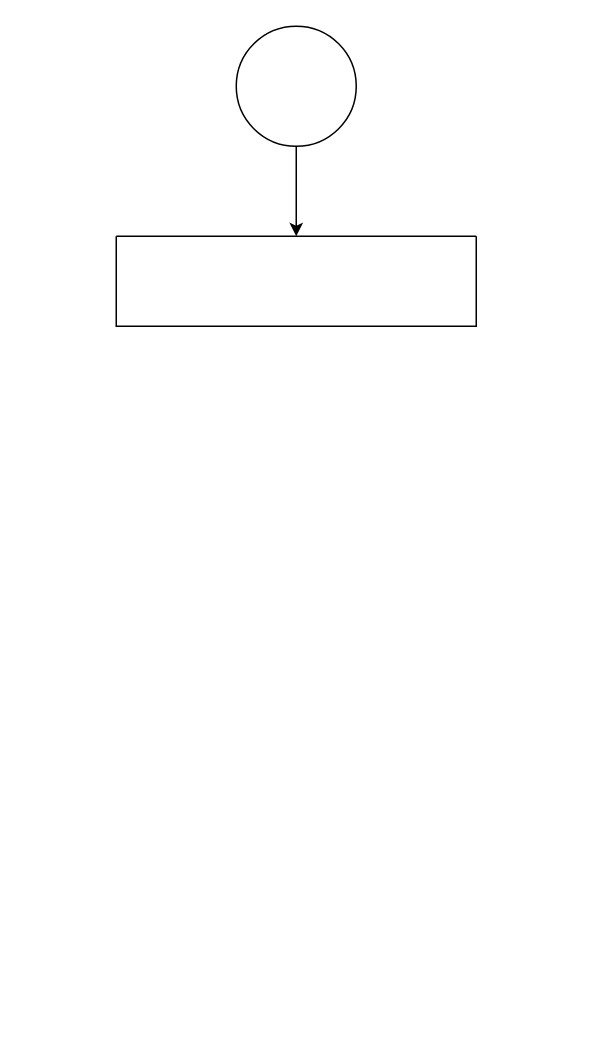
ManReank/FLowchat keeps this draw.io diagram as Diagram Tanpa Judul.drawio. Above is the earlier version. Source tidied: cells renumbered, new cells numbered last; positions are measured from the earlier drawing's top-left corner, leaving out a move shared by most shapes. Both pictures are drawn from the tidied source at 150%, with x=0, y=0 at pixel (116, 26).
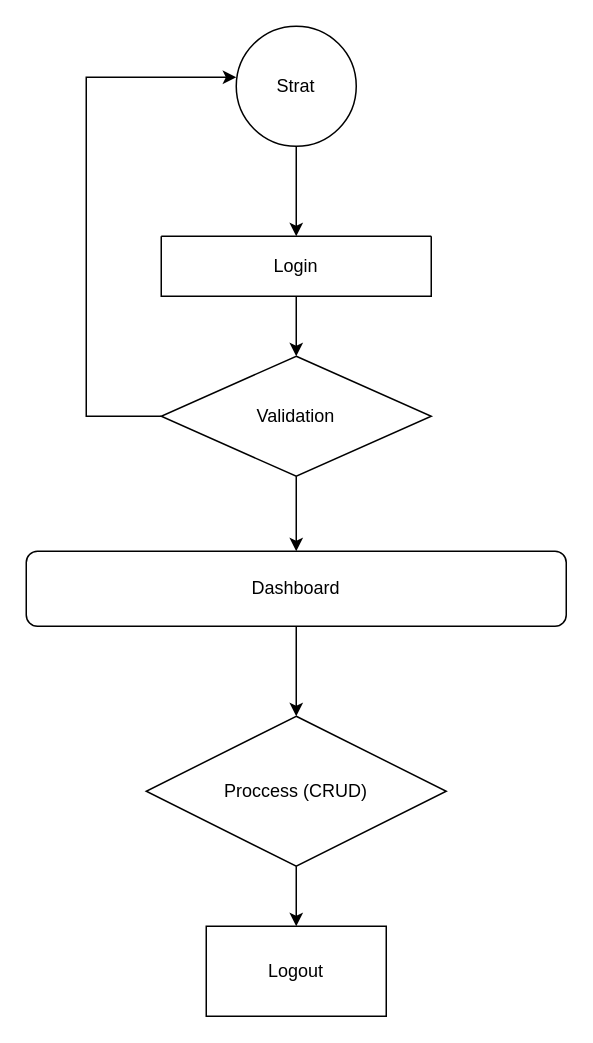
The same diagram, later.

What changed in the source:
```diff
@@
 <mxGraphModel>
   <root>
     <mxCell id="0" />
     <mxCell id="1" parent="0" />
     <mxCell id="2" style="swimlane;startSize=0;rotation=0;" parent="1" vertex="1">
-      <mxGeometry y="140" width="240" height="60" as="geometry" />
+      <mxGeometry x="30" y="140" width="180" height="40" as="geometry" />
     </mxCell>
+    <mxCell id="5" value="&lt;div&gt;Login&lt;/div&gt;" style="text;html=1;align=center;verticalAlign=middle;whiteSpace=wrap;rounded=0;" parent="2" vertex="1">
+      <mxGeometry x="-5" width="190" height="40" as="geometry" />
+    </mxCell>
     <mxCell id="3" style="edgeStyle=orthogonalEdgeStyle;rounded=0;jettySize=auto;html=1;entryX=0.5;entryY=0;entryDx=0;entryDy=0;" parent="1" edge="1" source="4" target="2">
       <mxGeometry relative="1" as="geometry" />
     </mxCell>
     <mxCell id="4" style="ellipse;whiteSpace=wrap;html=1;" parent="1" vertex="1">
       <mxGeometry x="80" width="80" height="80" as="geometry" />
     </mxCell>
+    <mxCell id="6" value="Strat" style="text;html=1;align=center;verticalAlign=middle;whiteSpace=wrap;rounded=0;" parent="1" vertex="1">
+      <mxGeometry x="90" y="25" width="60" height="30" as="geometry" />
+    </mxCell>
+    <mxCell id="7" style="edgeStyle=orthogonalEdgeStyle;rounded=0;jettySize=auto;html=1;" parent="1" edge="1" source="8" target="11">
+      <mxGeometry relative="1" as="geometry" />
+    </mxCell>
+    <mxCell id="8" style="rhombus;whiteSpace=wrap;html=1;" parent="1" vertex="1">
+      <mxGeometry x="30" y="220" width="180" height="80" as="geometry" />
+    </mxCell>
+    <mxCell id="9" value="Validation" style="text;html=1;align=center;verticalAlign=middle;whiteSpace=wrap;rounded=0;" parent="1" vertex="1">
+      <mxGeometry x="90" y="245" width="60" height="30" as="geometry" />
+    </mxCell>
+    <mxCell id="10" style="edgeStyle=orthogonalEdgeStyle;rounded=0;jettySize=auto;html=1;entryX=0.5;entryY=0;entryDx=0;entryDy=0;" parent="1" edge="1" source="11" target="15">
+      <mxGeometry relative="1" as="geometry" />
+    </mxCell>
+    <mxCell id="11" value="Dashboard" style="rounded=1;whiteSpace=wrap;html=1;" parent="1" vertex="1">
+      <mxGeometry x="-60" y="350" width="360" height="50" as="geometry" />
+    </mxCell>
+    <mxCell id="12" style="edgeStyle=orthogonalEdgeStyle;rounded=0;jettySize=auto;html=1;entryX=0;entryY=0.425;entryDx=0;entryDy=0;entryPerimeter=0;" parent="1" edge="1" source="8" target="4">
+      <mxGeometry relative="1" as="geometry">
+        <Array as="points">
+          <mxPoint x="-20" y="260" />
+          <mxPoint x="-20" y="34" />
+        </Array>
+      </mxGeometry>
+    </mxCell>
+    <mxCell id="13" style="edgeStyle=orthogonalEdgeStyle;rounded=0;jettySize=auto;html=1;" parent="1" edge="1" source="5" target="8">
+      <mxGeometry relative="1" as="geometry" />
+    </mxCell>
+    <mxCell id="14" style="edgeStyle=orthogonalEdgeStyle;rounded=0;jettySize=auto;html=1;" parent="1" edge="1" source="15" target="16">
+      <mxGeometry relative="1" as="geometry" />
+    </mxCell>
+    <mxCell id="15" value="Proccess (CRUD)" style="rhombus;whiteSpace=wrap;html=1;" parent="1" vertex="1">
+      <mxGeometry x="20" y="460" width="200" height="100" as="geometry" />
+    </mxCell>
+    <mxCell id="16" value="Logout" style="rounded=0;whiteSpace=wrap;html=1;" parent="1" vertex="1">
+      <mxGeometry x="60" y="600" width="120" height="60" as="geometry" />
+    </mxCell>
   </root>
 </mxGraphModel>
```
